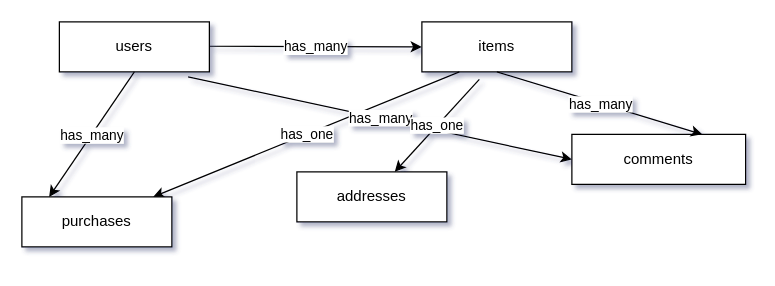
The draw.io diagram test.dio in SC-shunemuk/furima-31722, before the edit. Source tidied: cells renumbered, new cells numbered last; positions are measured from the earlier drawing's top-left corner, leaving out a move shared by most shapes. Both pictures are drawn from the tidied source at 125%, with x=0, y=0 at pixel (21, 21).
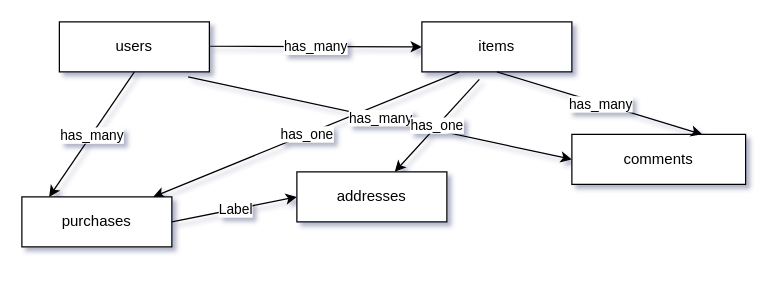
The same diagram, later.

Commit message (it also covers changes not shown here):
READMEの修正箇所の訂正

Unchanged cells that the change refers to:
```xml
<mxCell id="15" value="addresses" style="rounded=0;whiteSpace=wrap;html=1;" parent="1" vertex="1">
  <mxGeometry x="220" y="120" width="120" height="40" as="geometry" />
</mxCell>
<mxCell id="17" value="purchases" style="rounded=0;whiteSpace=wrap;html=1;" parent="1" vertex="1">
  <mxGeometry y="140" width="120" height="40" as="geometry" />
</mxCell>
```

The edit, as a diff of the source:
```diff
@@
+    <mxCell id="18" style="endArrow=classic;html=1;exitX=1;exitY=0.5;exitDx=0;exitDy=0;entryX=0;entryY=0.5;entryDx=0;entryDy=0;" parent="1" edge="1" source="17" target="15">
+      <mxGeometry relative="1" as="geometry" />
+    </mxCell>
+    <mxCell id="19" value="Label" style="edgeLabel;html=1;align=center;verticalAlign=middle;" parent="18" vertex="1">
+      <mxGeometry relative="1" as="geometry" />
+    </mxCell>
```
